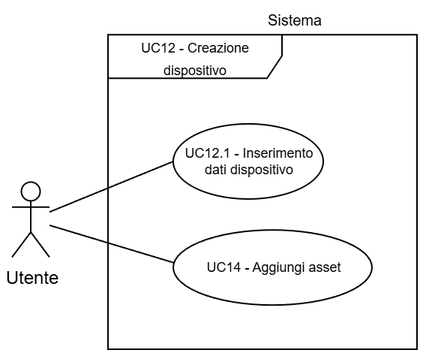
Before: Tutti i documenti/Assets/Diagrammi/UC12Inclusioni.png, a diagram exported from draw.io (AtlasTeam9/Documenti). Source tidied: cells renumbered, new cells last; positions are measured from the earlier drawing's top-left corner, leaving out a move shared by most shapes.
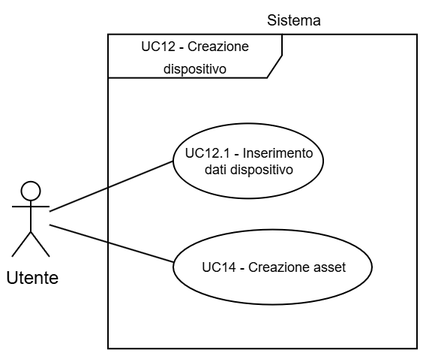
The same diagram one commit later.

Commit message:
Sistemato errore AdR

Diff of the diagram source:
```diff
@@ -17,7 +17,7 @@
     <mxCell id="6" value="Sistema" style="text;html=1;whiteSpace=wrap;strokeColor=none;fillColor=none;align=center;verticalAlign=middle;rounded=0;fontFamily=Helvetica;fontSize=10;fontColor=light-dark(#000000,#000000);labelBackgroundColor=none;" parent="1" vertex="1">
       <mxGeometry x="169" y="0.5" width="38.5" height="20.7" as="geometry" />
     </mxCell>
-    <mxCell id="7" value="&lt;font style=&quot;color: light-dark(rgb(0, 0, 0), rgb(0, 0, 0)); line-height: 100%;&quot;&gt;UC14 - Aggiungi asset&lt;/font&gt;" style="ellipse;whiteSpace=wrap;html=1;strokeColor=light-dark(#000000,#000000);align=center;verticalAlign=middle;fontFamily=Helvetica;fontSize=9;fontColor=default;fillColor=light-dark(#FFFFFF, #ffffff);" parent="1" vertex="1">
+    <mxCell id="7" value="&lt;font style=&quot;color: light-dark(rgb(0, 0, 0), rgb(0, 0, 0)); line-height: 100%;&quot;&gt;UC14 - Creazione asset&lt;/font&gt;" style="ellipse;whiteSpace=wrap;html=1;strokeColor=light-dark(#000000,#000000);align=center;verticalAlign=middle;fontFamily=Helvetica;fontSize=9;fontColor=default;fillColor=light-dark(#FFFFFF, #ffffff);" parent="1" vertex="1">
       <mxGeometry x="107.5" y="151.1" width="132.5" height="50" as="geometry" />
     </mxCell>
     <mxCell id="8" style="endArrow=none;endFill=0;endSize=12;html=1;rounded=0;entryX=0.004;entryY=0.437;entryDx=0;entryDy=0;strokeColor=light-dark(#000000,#000000);entryPerimeter=0;" parent="1" edge="1" source="3" target="7">
```
